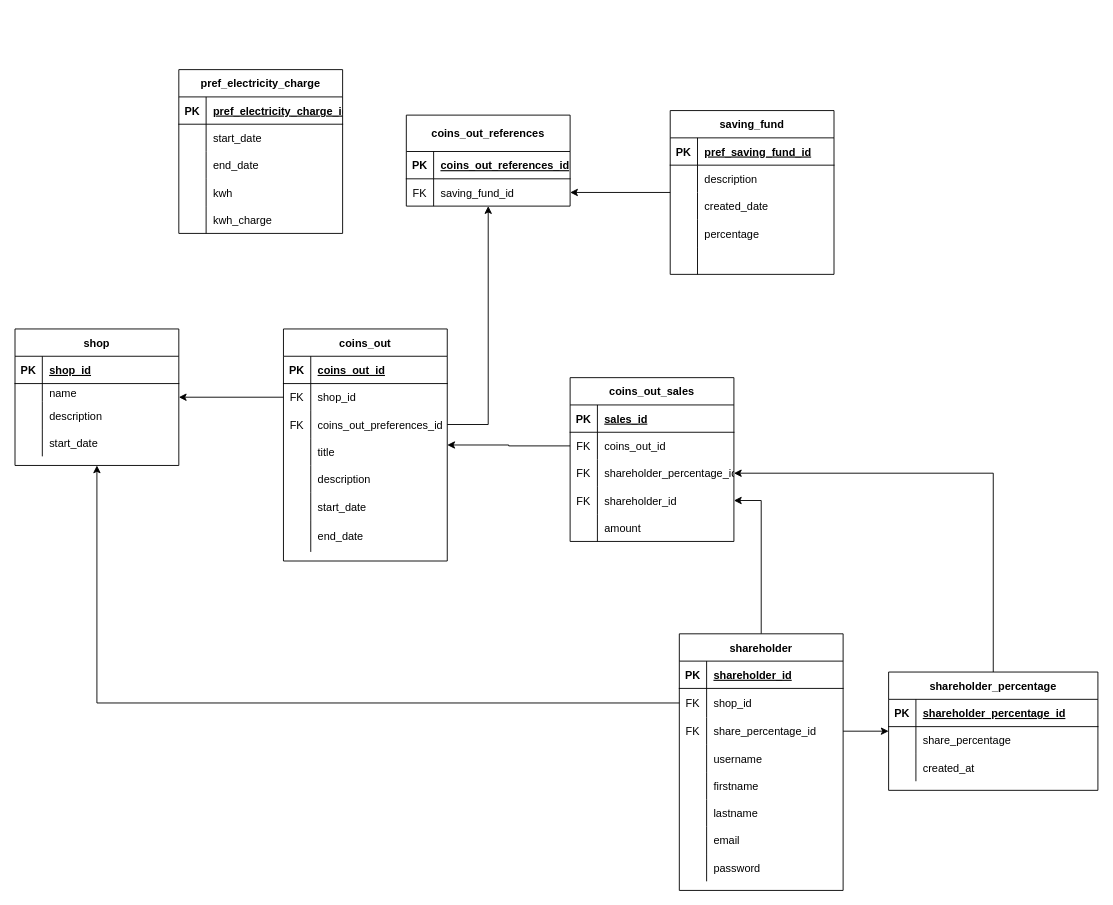
topzdev/pisonet-manager keeps this draw.io diagram as docs/pisonet-manager.drawio. Above is the earlier version. Source tidied: cells renumbered, new cells numbered last; positions are measured from the earlier drawing's top-left corner, leaving out a move shared by most shapes. Both pictures are drawn from the tidied source at 91%, with x=0, y=0 at pixel (15, 69).
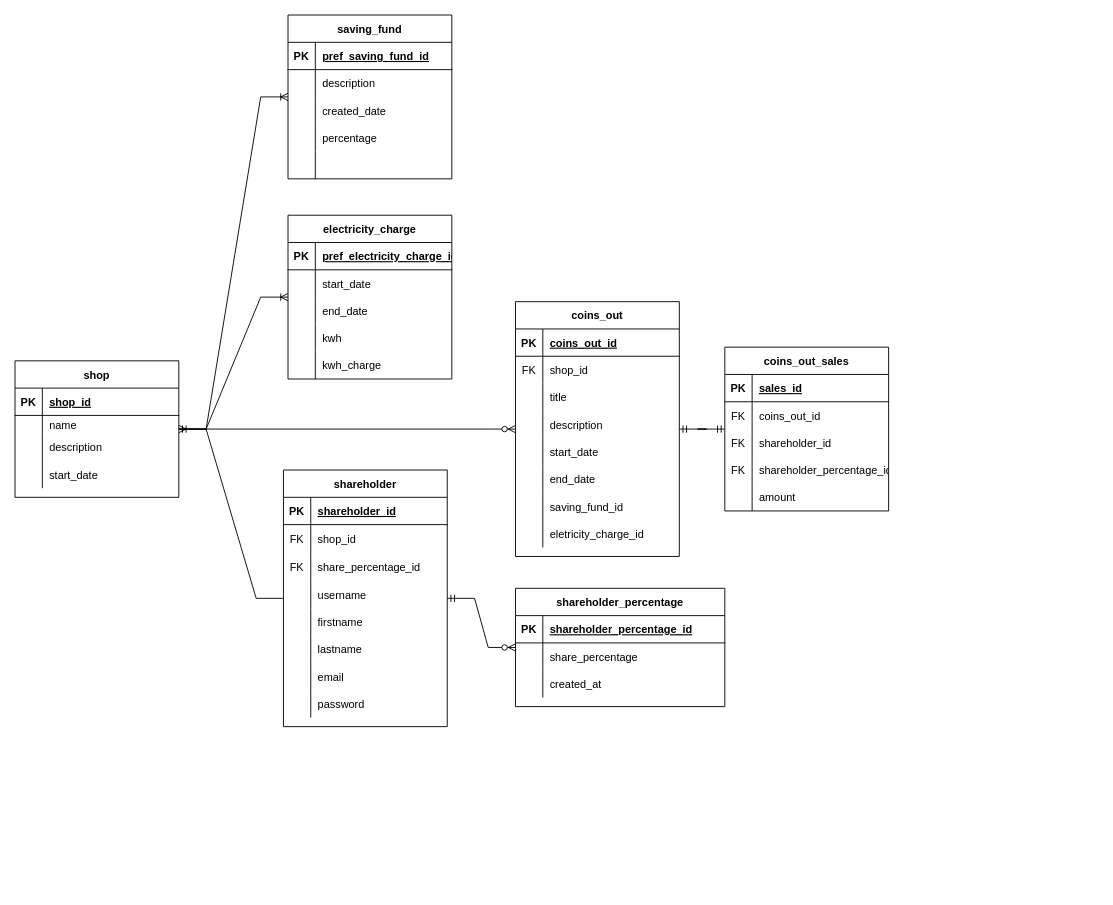
The same page after the edit.

Unchanged cells that the change refers to:
```xml
<mxCell id="19" style="shape=tableRow;horizontal=0;startSize=0;swimlaneHead=0;swimlaneBody=0;fillColor=none;points=[[0,0.5],[1,0.5]];portConstraint=eastwest;top=0;left=0;right=0;bottom=0;" parent="15" vertex="1">
  <mxGeometry y="60" width="180" height="30" as="geometry" />
</mxCell>
<mxCell id="42" style="shape=tableRow;horizontal=0;startSize=0;swimlaneHead=0;swimlaneBody=0;fillColor=none;points=[[0,0.5],[1,0.5]];portConstraint=eastwest;top=0;left=0;right=0;bottom=0;" parent="38" vertex="1">
  <mxGeometry y="60" width="180" height="32" as="geometry" />
</mxCell>
<mxCell id="45" style="shape=tableRow;horizontal=0;startSize=0;swimlaneHead=0;swimlaneBody=0;fillColor=none;points=[[0,0.5],[1,0.5]];portConstraint=eastwest;top=0;left=0;right=0;bottom=0;" parent="38" vertex="1">
  <mxGeometry y="92" width="180" height="30" as="geometry" />
</mxCell>
<mxCell id="67" style="shape=tableRow;horizontal=0;startSize=0;swimlaneHead=0;swimlaneBody=0;fillColor=none;points=[[0,0.5],[1,0.5]];portConstraint=eastwest;top=0;left=0;right=0;bottom=0;" parent="63" vertex="1">
  <mxGeometry y="60" width="180" height="30" as="geometry" />
</mxCell>
```

What changed in the source:
```diff
@@
     <mxCell id="2" value="shop" style="shape=table;startSize=30;childLayout=tableLayout;rowLines=0;fontStyle=1;align=center;" parent="1" vertex="1">
-      <mxGeometry y="285" width="180" height="150" as="geometry" />
+      <mxGeometry y="320" width="180" height="150" as="geometry" />
     </mxCell>
@@
     <mxCell id="15" value="coins_out" style="shape=table;startSize=30;childLayout=tableLayout;rowLines=0;fontStyle=1;align=center;" parent="1" vertex="1">
-      <mxGeometry x="295" y="285" width="180" height="255" as="geometry" />
+      <mxGeometry x="550" y="255" width="180" height="280" as="geometry" />
     </mxCell>
@@
-    <mxCell id="22" style="shape=tableRow;horizontal=0;startSize=0;swimlaneHead=0;swimlaneBody=0;fillColor=none;points=[[0,0.5],[1,0.5]];portConstraint=eastwest;top=0;left=0;right=0;bottom=0;" parent="15" vertex="1">
-      <mxGeometry y="90" width="180" height="30" as="geometry" />
-    </mxCell>
-    <mxCell id="23" value="FK" style="shape=partialRectangle;fillColor=none;top=0;left=0;bottom=0;right=0;overflow=hidden;" parent="22" vertex="1">
-      <mxGeometry width="30" height="30" as="geometry" />
-    </mxCell>
-    <mxCell id="24" value="coins_out_preferences_id" style="shape=partialRectangle;fillColor=none;top=0;left=0;bottom=0;right=0;align=left;spacingLeft=6;overflow=hidden;" parent="22" vertex="1">
-      <mxGeometry x="30" width="150" height="30" as="geometry" />
-    </mxCell>
     <mxCell id="25" style="shape=tableRow;horizontal=0;startSize=0;swimlaneHead=0;swimlaneBody=0;fillColor=none;top=0;left=0;right=0;bottom=0;" parent="15" vertex="1">
-      <mxGeometry y="120" width="180" height="30" as="geometry" />
+      <mxGeometry y="90" width="180" height="30" as="geometry" />
     </mxCell>
@@
     <mxCell id="28" style="shape=tableRow;horizontal=0;startSize=0;swimlaneHead=0;swimlaneBody=0;fillColor=none;top=0;left=0;right=0;bottom=0;" parent="15" vertex="1">
-      <mxGeometry y="150" width="180" height="30" as="geometry" />
+      <mxGeometry y="120" width="180" height="30" as="geometry" />
     </mxCell>
@@
     <mxCell id="31" style="shape=tableRow;horizontal=0;startSize=0;swimlaneHead=0;swimlaneBody=0;fillColor=none;top=0;left=0;right=0;bottom=0;" parent="15" vertex="1">
-      <mxGeometry y="180" width="180" height="30" as="geometry" />
+      <mxGeometry y="150" width="180" height="30" as="geometry" />
     </mxCell>
@@
     <mxCell id="34" style="shape=tableRow;horizontal=0;startSize=0;swimlaneHead=0;swimlaneBody=0;fillColor=none;top=0;left=0;right=0;bottom=0;" parent="15" vertex="1">
-      <mxGeometry y="210" width="180" height="35" as="geometry" />
+      <mxGeometry y="180" width="180" height="30" as="geometry" />
     </mxCell>
     <mxCell id="35" style="shape=partialRectangle;fillColor=none;top=0;left=0;bottom=0;right=0;overflow=hidden;" parent="34" vertex="1">
-      <mxGeometry width="30" height="35" as="geometry" />
+      <mxGeometry width="30" height="30" as="geometry" />
     </mxCell>
     <mxCell id="36" value="end_date" style="shape=partialRectangle;fillColor=none;top=0;left=0;bottom=0;right=0;align=left;spacingLeft=6;overflow=hidden;" parent="34" vertex="1">
-      <mxGeometry x="30" width="150" height="35" as="geometry" />
+      <mxGeometry x="30" width="150" height="30" as="geometry" />
     </mxCell>
-    <mxCell id="37" style="edgeStyle=orthogonalEdgeStyle;rounded=0;jettySize=auto;html=1;entryX=1;entryY=0.5;entryDx=0;entryDy=0;" parent="1" edge="1" source="38" target="73">
-      <mxGeometry relative="1" as="geometry" />
-    </mxCell>
+    <mxCell id="135" style="shape=tableRow;horizontal=0;startSize=0;swimlaneHead=0;swimlaneBody=0;fillColor=none;top=0;left=0;right=0;bottom=0;" parent="15" vertex="1">
+      <mxGeometry y="210" width="180" height="30" as="geometry" />
+    </mxCell>
+    <mxCell id="136" style="shape=partialRectangle;fillColor=none;top=0;left=0;bottom=0;right=0;overflow=hidden;" parent="135" vertex="1">
+      <mxGeometry width="30" height="30" as="geometry" />
+    </mxCell>
+    <mxCell id="129" value="saving_fund_id" style="shape=partialRectangle;fillColor=none;top=0;left=0;bottom=0;right=0;align=left;spacingLeft=6;overflow=hidden;" parent="135" vertex="1">
+      <mxGeometry x="30" width="150" height="30" as="geometry" />
+    </mxCell>
+    <mxCell id="137" style="shape=tableRow;horizontal=0;startSize=0;swimlaneHead=0;swimlaneBody=0;fillColor=none;top=0;left=0;right=0;bottom=0;" parent="15" vertex="1">
+      <mxGeometry y="240" width="180" height="30" as="geometry" />
+    </mxCell>
+    <mxCell id="138" style="shape=partialRectangle;fillColor=none;top=0;left=0;bottom=0;right=0;overflow=hidden;" parent="137" vertex="1">
+      <mxGeometry width="30" height="30" as="geometry" />
+    </mxCell>
+    <mxCell id="139" value="eletricity_charge_id" style="shape=partialRectangle;fillColor=none;top=0;left=0;bottom=0;right=0;align=left;spacingLeft=6;overflow=hidden;" parent="137" vertex="1">
+      <mxGeometry x="30" width="150" height="30" as="geometry" />
+    </mxCell>
     <mxCell id="38" value="shareholder" style="shape=table;startSize=30;childLayout=tableLayout;rowLines=0;fontStyle=1;align=center;" parent="1" vertex="1">
-      <mxGeometry x="730" y="620" width="180" height="282" as="geometry" />
+      <mxGeometry x="295" y="440" width="180" height="282" as="geometry" />
     </mxCell>
@@
     <mxCell id="63" value="coins_out_sales" style="shape=table;startSize=30;childLayout=tableLayout;rowLines=0;fontStyle=1;align=center;" parent="1" vertex="1">
-      <mxGeometry x="610" y="338.5" width="180" height="180" as="geometry" />
+      <mxGeometry x="780" y="305" width="180" height="180" as="geometry" />
     </mxCell>
@@
+    <mxCell id="73" style="shape=tableRow;horizontal=0;startSize=0;swimlaneHead=0;swimlaneBody=0;fillColor=none;points=[[0,0.5],[1,0.5]];portConstraint=eastwest;top=0;left=0;right=0;bottom=0;" parent="63" vertex="1">
+      <mxGeometry y="90" width="180" height="30" as="geometry" />
+    </mxCell>
+    <mxCell id="74" value="FK" style="shape=partialRectangle;fillColor=none;top=0;left=0;bottom=0;right=0;overflow=hidden;" parent="73" vertex="1">
+      <mxGeometry width="30" height="30" as="geometry" />
+    </mxCell>
+    <mxCell id="75" value="shareholder_id" style="shape=partialRectangle;fillColor=none;top=0;left=0;bottom=0;right=0;align=left;spacingLeft=6;overflow=hidden;" parent="73" vertex="1">
+      <mxGeometry x="30" width="150" height="30" as="geometry" />
+    </mxCell>
     <mxCell id="70" style="shape=tableRow;horizontal=0;startSize=0;swimlaneHead=0;swimlaneBody=0;fillColor=none;points=[[0,0.5],[1,0.5]];portConstraint=eastwest;top=0;left=0;right=0;bottom=0;" parent="63" vertex="1">
-      <mxGeometry y="90" width="180" height="30" as="geometry" />
+      <mxGeometry y="120" width="180" height="30" as="geometry" />
     </mxCell>
@@
-    <mxCell id="73" style="shape=tableRow;horizontal=0;startSize=0;swimlaneHead=0;swimlaneBody=0;fillColor=none;points=[[0,0.5],[1,0.5]];portConstraint=eastwest;top=0;left=0;right=0;bottom=0;" parent="63" vertex="1">
-      <mxGeometry y="120" width="180" height="30" as="geometry" />
-    </mxCell>
-    <mxCell id="74" value="FK" style="shape=partialRectangle;fillColor=none;top=0;left=0;bottom=0;right=0;overflow=hidden;" parent="73" vertex="1">
-      <mxGeometry width="30" height="30" as="geometry" />
-    </mxCell>
-    <mxCell id="75" value="shareholder_id" style="shape=partialRectangle;fillColor=none;top=0;left=0;bottom=0;right=0;align=left;spacingLeft=6;overflow=hidden;" parent="73" vertex="1">
-      <mxGeometry x="30" width="150" height="30" as="geometry" />
-    </mxCell>
@@
-    <mxCell id="79" style="edgeStyle=orthogonalEdgeStyle;rounded=0;jettySize=auto;html=1;" parent="1" edge="1" source="80" target="127">
-      <mxGeometry relative="1" as="geometry" />
-    </mxCell>
     <mxCell id="80" value="saving_fund" style="shape=table;startSize=30;childLayout=tableLayout;rowLines=0;fontStyle=1;align=center;" parent="1" vertex="1">
-      <mxGeometry x="720" y="45" width="180" height="180" as="geometry" />
+      <mxGeometry x="300" y="-60" width="180" height="180" as="geometry" />
     </mxCell>
@@
-    <mxCell id="96" value="pref_electricity_charge" style="shape=table;startSize=30;childLayout=tableLayout;rowLines=0;fontStyle=1;align=center;" parent="1" vertex="1">
-      <mxGeometry x="180" width="180" height="180" as="geometry" />
+    <mxCell id="96" value="electricity_charge" style="shape=table;startSize=30;childLayout=tableLayout;rowLines=0;fontStyle=1;align=center;" parent="1" vertex="1">
+      <mxGeometry x="300" y="160" width="180" height="180" as="geometry" />
     </mxCell>
@@
-    <mxCell id="112" style="edgeStyle=orthogonalEdgeStyle;rounded=0;jettySize=auto;html=1;" parent="1" edge="1" source="113" target="70">
-      <mxGeometry relative="1" as="geometry" />
-    </mxCell>
     <mxCell id="113" value="shareholder_percentage" style="shape=table;startSize=30;childLayout=tableLayout;rowLines=0;fontStyle=1;align=center;" parent="1" vertex="1">
-      <mxGeometry x="960" y="662" width="230" height="130" as="geometry" />
+      <mxGeometry x="550" y="570" width="230" height="130" as="geometry" />
     </mxCell>
@@
-    <mxCell id="123" value="coins_out_references" style="shape=table;startSize=40;childLayout=tableLayout;rowLines=0;fontStyle=1;align=center;" parent="1" vertex="1">
-      <mxGeometry x="430" y="50" width="180" height="100" as="geometry" />
-    </mxCell>
-    <mxCell id="124" style="shape=tableRow;horizontal=0;startSize=0;swimlaneHead=0;swimlaneBody=0;fillColor=none;top=0;left=0;right=0;bottom=1;" parent="123" vertex="1">
-      <mxGeometry y="40" width="180" height="30" as="geometry" />
-    </mxCell>
-    <mxCell id="125" value="PK" style="shape=partialRectangle;fillColor=none;top=0;left=0;bottom=0;right=0;fontStyle=1;overflow=hidden;" parent="124" vertex="1">
-      <mxGeometry width="30" height="30" as="geometry" />
-    </mxCell>
-    <mxCell id="126" value="coins_out_references_id" style="shape=partialRectangle;fillColor=none;top=0;left=0;bottom=0;right=0;align=left;spacingLeft=6;fontStyle=5;overflow=hidden;" parent="124" vertex="1">
-      <mxGeometry x="30" width="150" height="30" as="geometry" />
-    </mxCell>
-    <mxCell id="127" style="shape=tableRow;horizontal=0;startSize=0;swimlaneHead=0;swimlaneBody=0;fillColor=none;points=[[0,0.5],[1,0.5]];portConstraint=eastwest;top=0;left=0;right=0;bottom=0;" parent="123" vertex="1">
-      <mxGeometry y="70" width="180" height="30" as="geometry" />
-    </mxCell>
-    <mxCell id="128" value="FK" style="shape=partialRectangle;fillColor=none;top=0;left=0;bottom=0;right=0;overflow=hidden;" parent="127" vertex="1">
-      <mxGeometry width="30" height="30" as="geometry" />
-    </mxCell>
-    <mxCell id="129" value="saving_fund_id" style="shape=partialRectangle;fillColor=none;top=0;left=0;bottom=0;right=0;align=left;spacingLeft=6;overflow=hidden;" parent="127" vertex="1">
-      <mxGeometry x="30" width="150" height="30" as="geometry" />
-    </mxCell>
-    <mxCell id="130" style="edgeStyle=orthogonalEdgeStyle;rounded=0;jettySize=auto;html=1;" parent="1" edge="1" source="42" target="2">
-      <mxGeometry relative="1" as="geometry" />
-    </mxCell>
-    <mxCell id="131" style="edgeStyle=orthogonalEdgeStyle;rounded=0;jettySize=auto;html=1;" parent="1" edge="1" source="19" target="2">
-      <mxGeometry relative="1" as="geometry" />
-    </mxCell>
-    <mxCell id="132" style="edgeStyle=orthogonalEdgeStyle;rounded=0;jettySize=auto;html=1;" parent="1" edge="1" source="67" target="15">
-      <mxGeometry relative="1" as="geometry" />
-    </mxCell>
-    <mxCell id="133" style="edgeStyle=orthogonalEdgeStyle;rounded=0;jettySize=auto;html=1;" parent="1" edge="1" source="22" target="123">
-      <mxGeometry relative="1" as="geometry" />
-    </mxCell>
-    <mxCell id="134" style="edgeStyle=orthogonalEdgeStyle;rounded=0;jettySize=auto;html=1;" parent="1" edge="1" source="45" target="113">
-      <mxGeometry relative="1" as="geometry" />
-    </mxCell>
+    <mxCell id="140" style="edgeStyle=entityRelationEdgeStyle;fontSize=12;html=1;endArrow=ERzeroToMany;startArrow=ERmandOne;rounded=0;" parent="1" edge="1" source="2" target="15">
+      <mxGeometry relative="1" as="geometry" />
+    </mxCell>
+    <mxCell id="141" style="edgeStyle=entityRelationEdgeStyle;fontSize=12;html=1;endArrow=ERmandOne;startArrow=ERmandOne;rounded=0;" parent="1" edge="1" source="15" target="63">
+      <mxGeometry relative="1" as="geometry" />
+    </mxCell>
+    <mxCell id="142" style="edgeStyle=entityRelationEdgeStyle;fontSize=12;html=1;endArrow=ERmany;rounded=0;" parent="1" edge="1" source="38" target="2">
+      <mxGeometry relative="1" as="geometry" />
+    </mxCell>
+    <mxCell id="143" style="edgeStyle=entityRelationEdgeStyle;fontSize=12;html=1;endArrow=ERzeroToMany;startArrow=ERmandOne;rounded=0;" parent="1" edge="1" source="38" target="113">
+      <mxGeometry relative="1" as="geometry" />
+    </mxCell>
+    <mxCell id="144" style="edgeStyle=entityRelationEdgeStyle;fontSize=12;html=1;endArrow=ERoneToMany;rounded=0;" parent="1" edge="1" source="2" target="96">
+      <mxGeometry relative="1" as="geometry" />
+    </mxCell>
+    <mxCell id="145" style="edgeStyle=entityRelationEdgeStyle;fontSize=12;html=1;endArrow=ERoneToMany;rounded=0;" parent="1" edge="1" source="2" target="80">
+      <mxGeometry relative="1" as="geometry" />
+    </mxCell>
```
